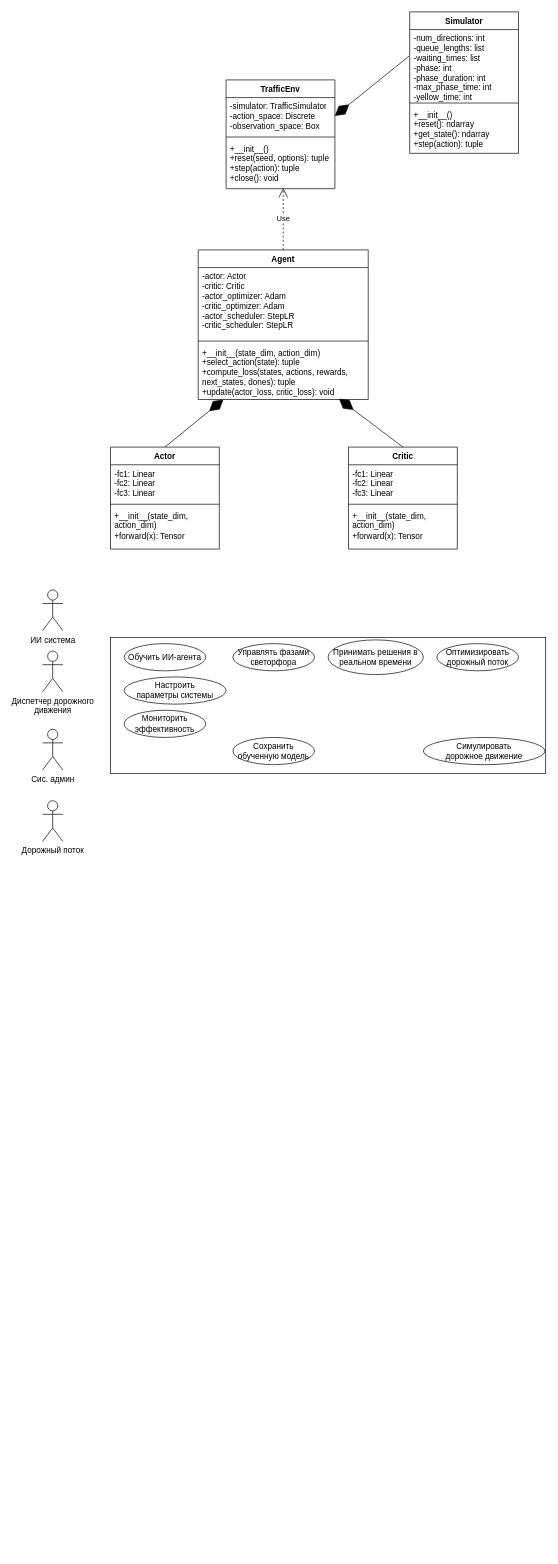
The draw.io diagram IDEF0 актор-критик.drawio in krasov-rf/EDU, before the edit. Source tidied: cells renumbered, new cells numbered last; positions are measured from the earlier drawing's top-left corner, leaving out a move shared by most shapes. Both pictures are drawn from the tidied source at 68%, with x=0, y=0 at pixel (42, 12).
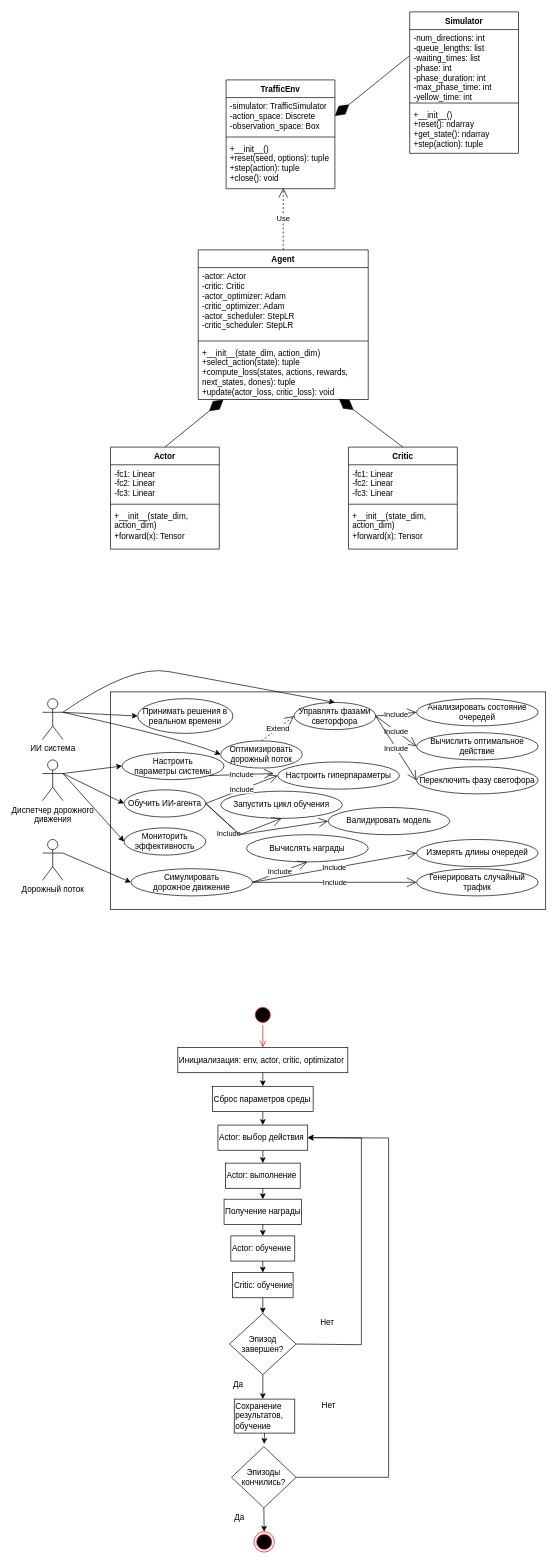
The same diagram, later.

What changed in the source:
```diff
@@
     <mxCell id="26" style="rounded=0;whiteSpace=wrap;html=1;" parent="1" vertex="1">
-      <mxGeometry x="100" y="920" width="640" height="200" as="geometry" />
+      <mxGeometry x="100" y="1000" width="640" height="320" as="geometry" />
     </mxCell>
     <mxCell id="27" value="Диспетчер дорожного &lt;br&gt;дивжения" style="shape=umlActor;verticalLabelPosition=bottom;verticalAlign=top;html=1;outlineConnect=0;" parent="1" vertex="1">
-      <mxGeometry y="940" width="30" height="60" as="geometry" />
+      <mxGeometry y="1100" width="30" height="60" as="geometry" />
     </mxCell>
-    <mxCell id="28" value="Сис. админ" style="shape=umlActor;verticalLabelPosition=bottom;verticalAlign=top;html=1;" parent="1" vertex="1">
-      <mxGeometry y="1055" width="30" height="60" as="geometry" />
-    </mxCell>
     <mxCell id="29" value="Дорожный поток" style="shape=umlActor;verticalLabelPosition=bottom;verticalAlign=top;html=1;outlineConnect=0;" parent="1" vertex="1">
-      <mxGeometry y="1160" width="30" height="60" as="geometry" />
+      <mxGeometry y="1217" width="30" height="60" as="geometry" />
     </mxCell>
     <mxCell id="30" value="Обучить ИИ-агента" style="ellipse;whiteSpace=wrap;html=1;" parent="1" vertex="1">
-      <mxGeometry x="120" y="929" width="120" height="40" as="geometry" />
+      <mxGeometry x="120" y="1144" width="120" height="40" as="geometry" />
     </mxCell>
     <mxCell id="31" value="Настроить &lt;br&gt;параметры системы" style="ellipse;whiteSpace=wrap;html=1;" parent="1" vertex="1">
-      <mxGeometry x="120" y="978" width="150" height="40" as="geometry" />
+      <mxGeometry x="117" y="1089" width="150" height="40" as="geometry" />
     </mxCell>
     <mxCell id="32" value="Мониторить эффективность" style="ellipse;whiteSpace=wrap;html=1;" parent="1" vertex="1">
-      <mxGeometry x="120" y="1027" width="120" height="40" as="geometry" />
+      <mxGeometry x="120" y="1200" width="120" height="40" as="geometry" />
     </mxCell>
     <mxCell id="33" value="Симулировать &lt;br&gt;дорожное движение" style="ellipse;whiteSpace=wrap;html=1;" parent="1" vertex="1">
-      <mxGeometry x="560" y="1067" width="179" height="40" as="geometry" />
+      <mxGeometry x="130" y="1260" width="179" height="40" as="geometry" />
     </mxCell>
     <mxCell id="34" value="ИИ система" style="shape=umlActor;verticalLabelPosition=bottom;verticalAlign=top;html=1;direction=east;" parent="1" vertex="1">
-      <mxGeometry y="850" width="30" height="60" as="geometry" />
+      <mxGeometry y="1010" width="30" height="60" as="geometry" />
     </mxCell>
     <mxCell id="35" value="Управлять фазами светорфора" style="ellipse;whiteSpace=wrap;html=1;" parent="1" vertex="1">
-      <mxGeometry x="280" y="929" width="120" height="40" as="geometry" />
+      <mxGeometry x="370" y="1015.5" width="120" height="40" as="geometry" />
     </mxCell>
+    <mxCell id="37" value="Оптимизировать дорожный поток" style="ellipse;whiteSpace=wrap;html=1;" parent="1" vertex="1">
+      <mxGeometry x="262" y="1072" width="120" height="40" as="geometry" />
+    </mxCell>
+    <mxCell id="39" style="endArrow=classic;html=1;rounded=0;exitX=1;exitY=0.3333333333333333;exitDx=0;exitDy=0;exitPerimeter=0;entryX=0;entryY=0.5;entryDx=0;entryDy=0;" parent="1" edge="1" source="27" target="30">
+      <mxGeometry relative="1" as="geometry" />
+    </mxCell>
+    <mxCell id="40" style="endArrow=classic;html=1;rounded=0;exitX=1;exitY=0.3333333333333333;exitDx=0;exitDy=0;exitPerimeter=0;entryX=0;entryY=0.5;entryDx=0;entryDy=0;" parent="1" edge="1" source="27" target="31">
+      <mxGeometry relative="1" as="geometry" />
+    </mxCell>
+    <mxCell id="41" style="endArrow=classic;html=1;rounded=0;exitX=1;exitY=0.3333333333333333;exitDx=0;exitDy=0;exitPerimeter=0;entryX=0;entryY=0.5;entryDx=0;entryDy=0;" parent="1" edge="1" source="27" target="32">
+      <mxGeometry relative="1" as="geometry" />
+    </mxCell>
+    <mxCell id="42" style="endArrow=classic;html=1;rounded=0;exitX=1;exitY=0.3333333333333333;exitDx=0;exitDy=0;exitPerimeter=0;entryX=0;entryY=0.5;entryDx=0;entryDy=0;" parent="1" edge="1" source="29" target="33">
+      <mxGeometry relative="1" as="geometry" />
+    </mxCell>
+    <mxCell id="43" style="curved=1;endArrow=classic;html=1;rounded=0;exitX=1;exitY=0.3333333333333333;exitDx=0;exitDy=0;exitPerimeter=0;entryX=0.5;entryY=0;entryDx=0;entryDy=0;" parent="1" edge="1" source="34" target="35">
+      <mxGeometry relative="1" as="geometry">
+        <Array as="points">
+          <mxPoint x="130" y="960" />
+          <mxPoint x="240" y="980" />
+        </Array>
+      </mxGeometry>
+    </mxCell>
+    <mxCell id="44" style="curved=1;endArrow=classic;html=1;rounded=0;entryX=0;entryY=0.5;entryDx=0;entryDy=0;" parent="1" edge="1" target="37">
+      <mxGeometry relative="1" as="geometry">
+        <mxPoint x="30" y="1030" as="sourcePoint" />
+        <Array as="points">
+          <mxPoint x="210" y="1070" />
+        </Array>
+      </mxGeometry>
+    </mxCell>
+    <mxCell id="45" value="Измерять длины очередей" style="ellipse;whiteSpace=wrap;html=1;" parent="1" vertex="1">
+      <mxGeometry x="550" y="1217" width="179" height="40" as="geometry" />
+    </mxCell>
+    <mxCell id="46" value="Генерировать случайный трафик" style="ellipse;whiteSpace=wrap;html=1;" parent="1" vertex="1">
+      <mxGeometry x="550" y="1260" width="179" height="40" as="geometry" />
+    </mxCell>
+    <mxCell id="47" value="Вычислять награды" style="ellipse;whiteSpace=wrap;html=1;" parent="1" vertex="1">
+      <mxGeometry x="300" y="1210" width="179" height="40" as="geometry" />
+    </mxCell>
+    <mxCell id="48" value="Include" style="endArrow=open;endSize=12;html=1;rounded=0;exitX=1;exitY=0.5;exitDx=0;exitDy=0;entryX=0.5;entryY=1;entryDx=0;entryDy=0;" parent="1" edge="1" source="33" target="47">
+      <mxGeometry relative="1" as="geometry" />
+    </mxCell>
+    <mxCell id="49" value="Include" style="endArrow=open;endSize=12;html=1;rounded=0;exitX=1;exitY=0.5;exitDx=0;exitDy=0;entryX=0;entryY=0.5;entryDx=0;entryDy=0;" parent="1" edge="1" source="33" target="45">
+      <mxGeometry relative="1" as="geometry" />
+    </mxCell>
+    <mxCell id="50" value="Include" style="endArrow=open;endSize=12;html=1;rounded=0;exitX=1;exitY=0.5;exitDx=0;exitDy=0;entryX=0;entryY=0.5;entryDx=0;entryDy=0;" parent="1" edge="1" source="33" target="46">
+      <mxGeometry relative="1" as="geometry" />
+    </mxCell>
+    <mxCell id="51" style="endArrow=classic;html=1;rounded=0;exitX=1;exitY=0.3333333333333333;exitDx=0;exitDy=0;exitPerimeter=0;entryX=0;entryY=0.5;entryDx=0;entryDy=0;" parent="1" edge="1" source="34" target="36">
+      <mxGeometry relative="1" as="geometry" />
+    </mxCell>
     <mxCell id="36" value="Принимать решения в реальном времени" style="ellipse;whiteSpace=wrap;html=1;" parent="1" vertex="1">
-      <mxGeometry x="420" y="923.5" width="140" height="51" as="geometry" />
+      <mxGeometry x="140" y="1010" width="140" height="51" as="geometry" />
     </mxCell>
-    <mxCell id="37" value="Оптимизировать дорожный поток" style="ellipse;whiteSpace=wrap;html=1;" parent="1" vertex="1">
-      <mxGeometry x="580" y="929" width="120" height="40" as="geometry" />
-    </mxCell>
-    <mxCell id="38" value="Сохранить обученную модель" style="ellipse;whiteSpace=wrap;html=1;" parent="1" vertex="1">
-      <mxGeometry x="280" y="1067" width="120" height="40" as="geometry" />
-    </mxCell>
+    <mxCell id="52" value="Анализировать состояние очередей" style="ellipse;whiteSpace=wrap;html=1;" parent="1" vertex="1">
+      <mxGeometry x="550" y="1010" width="179" height="40" as="geometry" />
+    </mxCell>
+    <mxCell id="53" value="Вычислить оптимальное действие" style="ellipse;whiteSpace=wrap;html=1;" parent="1" vertex="1">
+      <mxGeometry x="550" y="1060" width="179" height="40" as="geometry" />
+    </mxCell>
+    <mxCell id="54" value="Переключить фазу светофора" style="ellipse;whiteSpace=wrap;html=1;" parent="1" vertex="1">
+      <mxGeometry x="550" y="1110" width="179" height="40" as="geometry" />
+    </mxCell>
+    <mxCell id="55" value="Include" style="endArrow=open;endSize=12;html=1;rounded=0;exitX=1;exitY=0.5;exitDx=0;exitDy=0;entryX=0;entryY=0.5;entryDx=0;entryDy=0;" parent="1" edge="1" source="35" target="52">
+      <mxGeometry relative="1" as="geometry" />
+    </mxCell>
+    <mxCell id="56" value="Include" style="endArrow=open;endSize=12;html=1;rounded=0;exitX=1;exitY=0.5;exitDx=0;exitDy=0;entryX=0;entryY=0.5;entryDx=0;entryDy=0;" parent="1" edge="1" source="35" target="53">
+      <mxGeometry relative="1" as="geometry" />
+    </mxCell>
+    <mxCell id="57" value="Include" style="endArrow=open;endSize=12;html=1;rounded=0;exitX=1;exitY=0.5;exitDx=0;exitDy=0;entryX=0;entryY=0.5;entryDx=0;entryDy=0;" parent="1" edge="1" source="35" target="54">
+      <mxGeometry relative="1" as="geometry" />
+    </mxCell>
+    <mxCell id="58" value="Настроить гиперпараметры" style="ellipse;whiteSpace=wrap;html=1;" parent="1" vertex="1">
+      <mxGeometry x="346" y="1103" width="179" height="40" as="geometry" />
+    </mxCell>
+    <mxCell id="59" value="Запустить цикл обучения" style="ellipse;whiteSpace=wrap;html=1;" parent="1" vertex="1">
+      <mxGeometry x="262" y="1146" width="179" height="40" as="geometry" />
+    </mxCell>
+    <mxCell id="60" value="Валидировать модель" style="ellipse;whiteSpace=wrap;html=1;" parent="1" vertex="1">
+      <mxGeometry x="420" y="1170" width="179" height="40" as="geometry" />
+    </mxCell>
+    <mxCell id="61" value="Include" style="endArrow=open;endSize=12;html=1;rounded=0;exitX=1;exitY=0.5;exitDx=0;exitDy=0;entryX=0;entryY=0.5;entryDx=0;entryDy=0;" parent="1" edge="1" source="30" target="58">
+      <mxGeometry relative="1" as="geometry" />
+    </mxCell>
+    <mxCell id="62" value="Include" style="endArrow=open;endSize=12;html=1;rounded=0;exitX=1;exitY=1;exitDx=0;exitDy=0;" parent="1" edge="1" source="31">
+      <mxGeometry relative="1" as="geometry">
+        <mxPoint x="340" y="1120" as="targetPoint" />
+      </mxGeometry>
+    </mxCell>
+    <mxCell id="63" value="Include" style="endArrow=open;endSize=12;html=1;rounded=0;exitX=1;exitY=0.5;exitDx=0;exitDy=0;entryX=0;entryY=0.5;entryDx=0;entryDy=0;" parent="1" edge="1" source="30" target="60">
+      <mxGeometry x="-0.45" y="-10" relative="1" as="geometry">
+        <Array as="points">
+          <mxPoint x="290" y="1210" />
+        </Array>
+      </mxGeometry>
+    </mxCell>
+    <mxCell id="64" style="endArrow=open;endSize=12;html=1;rounded=0;exitX=1;exitY=0.5;exitDx=0;exitDy=0;entryX=0.5;entryY=1;entryDx=0;entryDy=0;" parent="1" edge="1" source="30" target="59">
+      <mxGeometry relative="1" as="geometry">
+        <Array as="points">
+          <mxPoint x="290" y="1210" />
+        </Array>
+      </mxGeometry>
+    </mxCell>
+    <mxCell id="65" value="Extend" style="endArrow=open;endSize=12;dashed=1;html=1;rounded=0;exitX=0.5;exitY=0;exitDx=0;exitDy=0;entryX=0;entryY=0.5;entryDx=0;entryDy=0;" parent="1" edge="1" source="37" target="35">
+      <mxGeometry relative="1" as="geometry" />
+    </mxCell>
+    <mxCell id="66" value="Инициализация: env, actor, critic, optimizator" style="html=1;whiteSpace=wrap;align=left;" parent="1" vertex="1">
+      <mxGeometry x="199" y="1523" width="250" height="37" as="geometry" />
+    </mxCell>
+    <mxCell id="67" style="ellipse;html=1;shape=startState;fillColor=#000000;strokeColor=#ff0000;" parent="1" vertex="1">
+      <mxGeometry x="309" y="1460" width="30" height="30" as="geometry" />
+    </mxCell>
+    <mxCell id="68" style="edgeStyle=orthogonalEdgeStyle;html=1;verticalAlign=bottom;endArrow=open;endSize=8;strokeColor=#ff0000;rounded=0;entryX=0.5;entryY=0;entryDx=0;entryDy=0;" parent="1" edge="1" source="67" target="66">
+      <mxGeometry relative="1" as="geometry" />
+    </mxCell>
+    <mxCell id="69" value="Сброс параметров среды" style="html=1;whiteSpace=wrap;align=left;" parent="1" vertex="1">
+      <mxGeometry x="250" y="1580" width="148" height="37" as="geometry" />
+    </mxCell>
+    <mxCell id="70" value="Actor: выбор действия" style="html=1;whiteSpace=wrap;align=left;" parent="1" vertex="1">
+      <mxGeometry x="258" y="1637" width="132" height="37" as="geometry" />
+    </mxCell>
+    <mxCell id="71" value="Actor: выполнение" style="html=1;whiteSpace=wrap;align=left;" parent="1" vertex="1">
+      <mxGeometry x="269" y="1693" width="110" height="37" as="geometry" />
+    </mxCell>
+    <mxCell id="72" value="Получение награды" style="html=1;whiteSpace=wrap;align=left;" parent="1" vertex="1">
+      <mxGeometry x="267" y="1746" width="114" height="37" as="geometry" />
+    </mxCell>
+    <mxCell id="73" value="Actor: обучение" style="html=1;whiteSpace=wrap;align=left;" parent="1" vertex="1">
+      <mxGeometry x="277" y="1800" width="94" height="37" as="geometry" />
+    </mxCell>
+    <mxCell id="74" value="Critic: обучение" style="html=1;whiteSpace=wrap;align=left;" parent="1" vertex="1">
+      <mxGeometry x="279.5" y="1854" width="89" height="37" as="geometry" />
+    </mxCell>
+    <mxCell id="75" value="Эпизод завершен?" style="rhombus;whiteSpace=wrap;html=1;" parent="1" vertex="1">
+      <mxGeometry x="275" y="1914" width="98" height="90" as="geometry" />
+    </mxCell>
+    <mxCell id="76" style="endArrow=classic;html=1;rounded=0;exitX=1;exitY=0.5;exitDx=0;exitDy=0;entryX=1;entryY=0.5;entryDx=0;entryDy=0;" parent="1" edge="1" source="75" target="70">
+      <mxGeometry relative="1" as="geometry">
+        <Array as="points">
+          <mxPoint x="469" y="1960" />
+          <mxPoint x="469" y="1656" />
+        </Array>
+      </mxGeometry>
+    </mxCell>
+    <mxCell id="77" value="Нет" style="text;html=1;align=center;verticalAlign=middle;whiteSpace=wrap;rounded=0;" parent="1" vertex="1">
+      <mxGeometry x="389" y="1913" width="60" height="30" as="geometry" />
+    </mxCell>
+    <mxCell id="78" value="Эпизоды кончились?" style="rhombus;whiteSpace=wrap;html=1;" parent="1" vertex="1">
+      <mxGeometry x="278" y="2110" width="95" height="90" as="geometry" />
+    </mxCell>
+    <mxCell id="79" style="endArrow=classic;html=1;rounded=0;exitX=0.5;exitY=1;exitDx=0;exitDy=0;" parent="1" edge="1" source="75">
+      <mxGeometry relative="1" as="geometry">
+        <mxPoint x="324" y="2040" as="targetPoint" />
+      </mxGeometry>
+    </mxCell>
+    <mxCell id="80" style="endArrow=classic;html=1;rounded=0;exitX=1;exitY=0.5;exitDx=0;exitDy=0;entryX=1;entryY=0.5;entryDx=0;entryDy=0;" parent="1" edge="1" source="78" target="70">
+      <mxGeometry relative="1" as="geometry">
+        <Array as="points">
+          <mxPoint x="509" y="2155" />
+          <mxPoint x="509" y="1656" />
+        </Array>
+      </mxGeometry>
+    </mxCell>
+    <mxCell id="81" value="Нет" style="text;html=1;align=center;verticalAlign=middle;whiteSpace=wrap;rounded=0;" parent="1" vertex="1">
+      <mxGeometry x="391" y="2035" width="60" height="30" as="geometry" />
+    </mxCell>
+    <mxCell id="82" style="ellipse;html=1;shape=endState;fillColor=#000000;strokeColor=#ff0000;" parent="1" vertex="1">
+      <mxGeometry x="311" y="2235" width="30" height="30" as="geometry" />
+    </mxCell>
+    <mxCell id="83" style="endArrow=classic;html=1;rounded=0;exitX=0.5;exitY=1;exitDx=0;exitDy=0;entryX=0.5;entryY=0;entryDx=0;entryDy=0;" parent="1" edge="1" source="78" target="82">
+      <mxGeometry relative="1" as="geometry" />
+    </mxCell>
+    <mxCell id="84" value="Да" style="text;html=1;align=center;verticalAlign=middle;whiteSpace=wrap;rounded=0;" parent="1" vertex="1">
+      <mxGeometry x="258" y="2004" width="60" height="30" as="geometry" />
+    </mxCell>
+    <mxCell id="85" value="Да" style="text;html=1;align=center;verticalAlign=middle;whiteSpace=wrap;rounded=0;" parent="1" vertex="1">
+      <mxGeometry x="260" y="2200" width="60" height="30" as="geometry" />
+    </mxCell>
+    <mxCell id="86" style="endArrow=classic;html=1;rounded=0;exitX=0.5;exitY=1;exitDx=0;exitDy=0;entryX=0.5;entryY=0;entryDx=0;entryDy=0;" parent="1" edge="1" source="66" target="69">
+      <mxGeometry relative="1" as="geometry" />
+    </mxCell>
+    <mxCell id="87" style="endArrow=classic;html=1;rounded=0;exitX=0.5;exitY=1;exitDx=0;exitDy=0;entryX=0.5;entryY=0;entryDx=0;entryDy=0;" parent="1" edge="1" source="69" target="70">
+      <mxGeometry relative="1" as="geometry" />
+    </mxCell>
+    <mxCell id="88" style="endArrow=classic;html=1;rounded=0;exitX=0.5;exitY=1;exitDx=0;exitDy=0;entryX=0.5;entryY=0;entryDx=0;entryDy=0;" parent="1" edge="1" source="70" target="71">
+      <mxGeometry relative="1" as="geometry" />
+    </mxCell>
+    <mxCell id="89" style="endArrow=classic;html=1;rounded=0;exitX=0.5;exitY=1;exitDx=0;exitDy=0;entryX=0.5;entryY=0;entryDx=0;entryDy=0;" parent="1" edge="1" source="71" target="72">
+      <mxGeometry relative="1" as="geometry" />
+    </mxCell>
+    <mxCell id="90" style="endArrow=classic;html=1;rounded=0;exitX=0.5;exitY=1;exitDx=0;exitDy=0;entryX=0.5;entryY=0;entryDx=0;entryDy=0;" parent="1" edge="1" source="72" target="73">
+      <mxGeometry relative="1" as="geometry" />
+    </mxCell>
+    <mxCell id="91" style="endArrow=classic;html=1;rounded=0;exitX=0.5;exitY=1;exitDx=0;exitDy=0;entryX=0.5;entryY=0;entryDx=0;entryDy=0;" parent="1" edge="1" source="73" target="74">
+      <mxGeometry relative="1" as="geometry" />
+    </mxCell>
+    <mxCell id="92" style="endArrow=classic;html=1;rounded=0;exitX=0.5;exitY=1;exitDx=0;exitDy=0;entryX=0.5;entryY=0;entryDx=0;entryDy=0;" parent="1" edge="1" source="74" target="75">
+      <mxGeometry relative="1" as="geometry" />
+    </mxCell>
+    <mxCell id="93" value="Сохранение результатов, обучение" style="html=1;whiteSpace=wrap;align=left;" parent="1" vertex="1">
+      <mxGeometry x="282" y="2040" width="89" height="50" as="geometry" />
+    </mxCell>
+    <mxCell id="94" style="endArrow=classic;html=1;rounded=0;exitX=0.5;exitY=1;exitDx=0;exitDy=0;entryX=0.505;entryY=-0.045;entryDx=0;entryDy=0;entryPerimeter=0;" parent="1" edge="1" source="93" target="78">
+      <mxGeometry relative="1" as="geometry" />
+    </mxCell>
```
